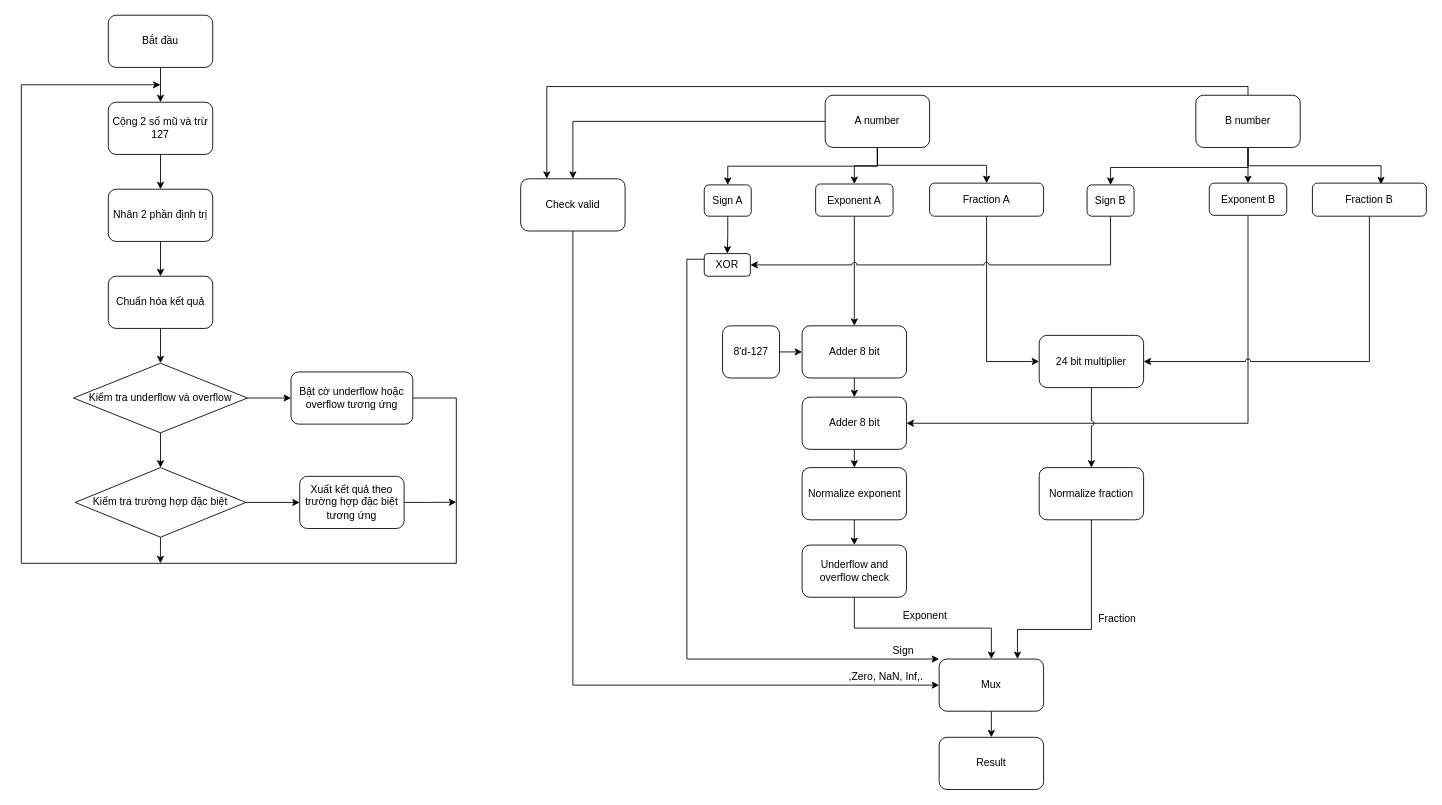
Before: Untitled Diagram.drawio in Huy-Luu/TEST, a draw.io diagram. Source tidied: cells renumbered, new cells numbered last; positions are measured from the earlier drawing's top-left corner, leaving out a move shared by most shapes. Both pictures are drawn from the tidied source at 87%, with x=0, y=0 at pixel (21, 15).
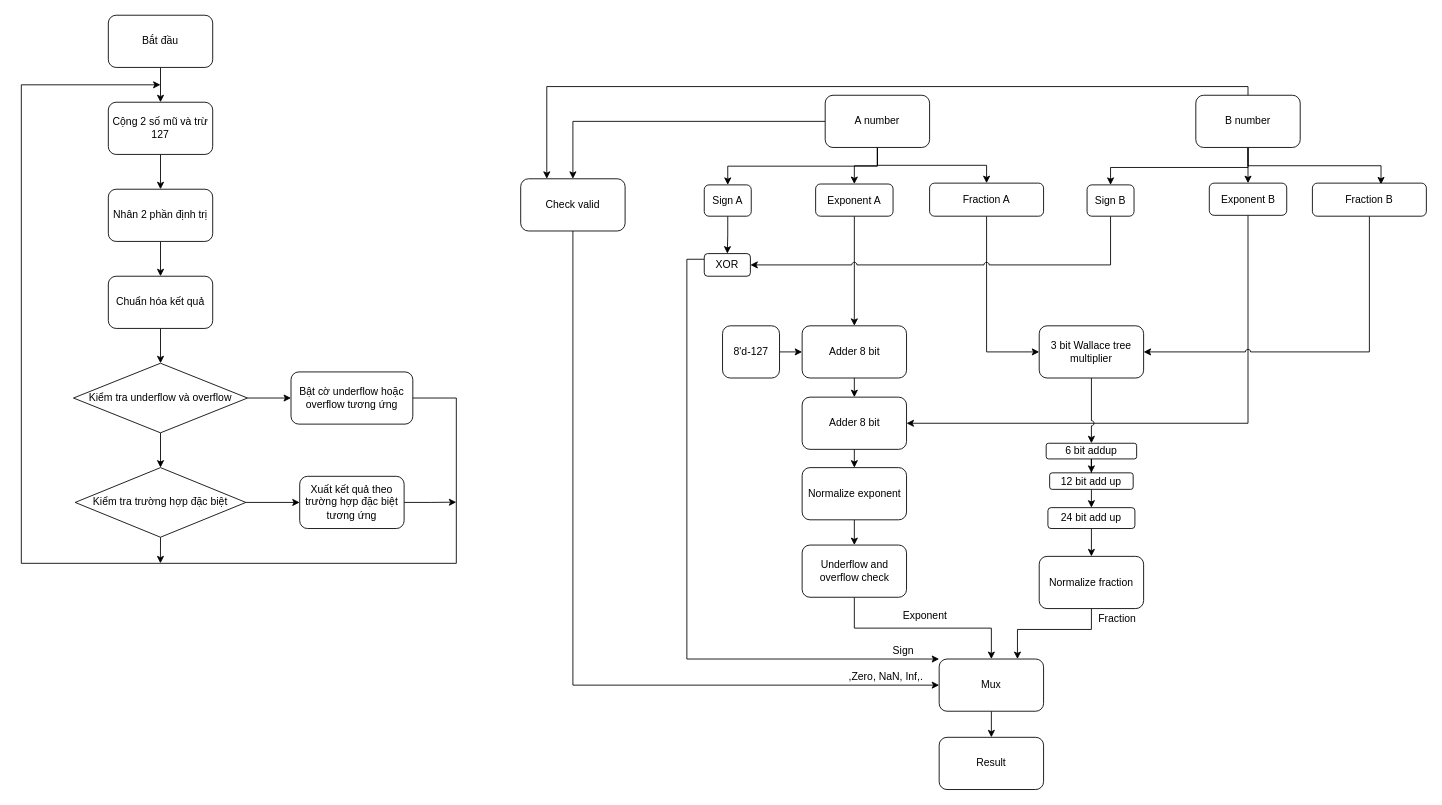
The same diagram, later.

What changed in the source:
```diff
@@
-    <mxCell id="52" style="edgeStyle=orthogonalEdgeStyle;rounded=0;jumpStyle=arc;jettySize=auto;html=1;exitX=0.5;exitY=1;exitDx=0;exitDy=0;entryX=0.5;entryY=0;entryDx=0;entryDy=0;" parent="1" edge="1" source="53" target="55">
-      <mxGeometry relative="1" as="geometry" />
-    </mxCell>
+    <mxCell id="67" style="edgeStyle=orthogonalEdgeStyle;rounded=0;jettySize=auto;html=1;jumpStyle=arc;" parent="1" edge="1" source="53" target="69">
+      <mxGeometry relative="1" as="geometry" />
+    </mxCell>
-    <mxCell id="53" value="24 bit multiplier" style="rounded=1;whiteSpace=wrap;html=1;" parent="1" vertex="1">
-      <mxGeometry x="1170" y="368" width="120" height="60" as="geometry" />
+    <mxCell id="53" value="3 bit Wallace tree multiplier" style="rounded=1;whiteSpace=wrap;html=1;" parent="1" vertex="1">
+      <mxGeometry x="1170" y="357" width="120" height="60" as="geometry" />
     </mxCell>
@@
     <mxCell id="55" value="Normalize fraction" style="rounded=1;whiteSpace=wrap;html=1;" parent="1" vertex="1">
-      <mxGeometry x="1170" y="520" width="120" height="60" as="geometry" />
+      <mxGeometry x="1170" y="622" width="120" height="60" as="geometry" />
     </mxCell>
@@
+    <mxCell id="68" style="edgeStyle=orthogonalEdgeStyle;rounded=0;jumpStyle=arc;jettySize=auto;html=1;" parent="1" edge="1" source="69" target="71">
+      <mxGeometry relative="1" as="geometry" />
+    </mxCell>
+    <mxCell id="69" value="6 bit addup" style="whiteSpace=wrap;html=1;rounded=1;" parent="1" vertex="1">
+      <mxGeometry x="1178" y="492" width="104" height="18" as="geometry" />
+    </mxCell>
+    <mxCell id="70" style="edgeStyle=orthogonalEdgeStyle;rounded=0;jumpStyle=arc;jettySize=auto;html=1;exitX=0.5;exitY=1;exitDx=0;exitDy=0;entryX=0.5;entryY=0;entryDx=0;entryDy=0;" parent="1" edge="1" source="71" target="73">
+      <mxGeometry relative="1" as="geometry" />
+    </mxCell>
+    <mxCell id="71" value="12 bit add up" style="whiteSpace=wrap;html=1;rounded=1;" parent="1" vertex="1">
+      <mxGeometry x="1182" y="526" width="96" height="19" as="geometry" />
+    </mxCell>
+    <mxCell id="72" style="edgeStyle=orthogonalEdgeStyle;rounded=0;jumpStyle=arc;jettySize=auto;html=1;exitX=0.5;exitY=1;exitDx=0;exitDy=0;entryX=0.5;entryY=0;entryDx=0;entryDy=0;" parent="1" edge="1" source="73" target="55">
+      <mxGeometry relative="1" as="geometry" />
+    </mxCell>
+    <mxCell id="73" value="24 bit add up" style="rounded=1;whiteSpace=wrap;html=1;" parent="1" vertex="1">
+      <mxGeometry x="1180" y="566" width="100" height="24" as="geometry" />
+    </mxCell>
```
